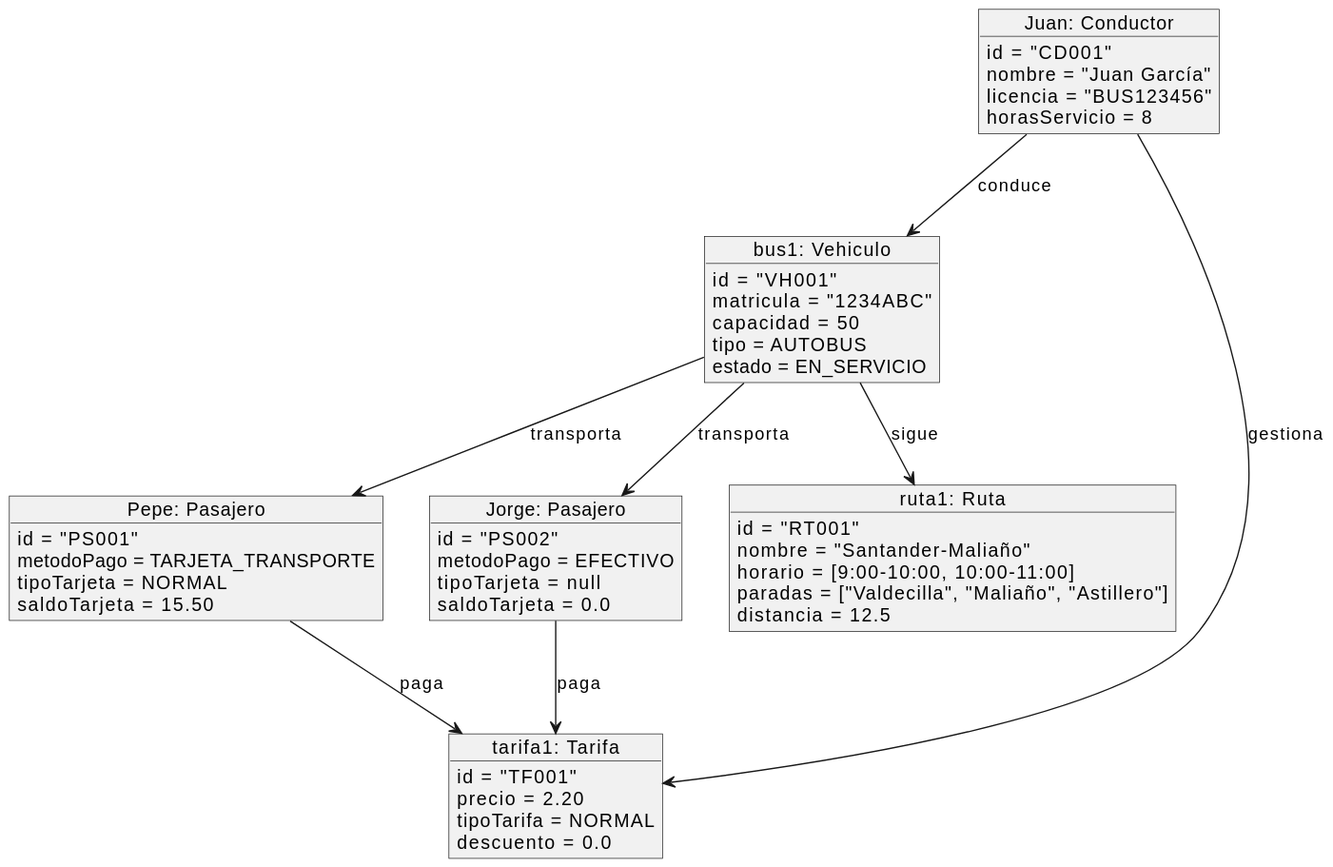
Earlier version of the PlantUML export images/diagramaObjetosMejorado.svg (Ingenieria-Informatica-UNEATLANTICO/app-actividad-post-parcial-ceesargaarcia).
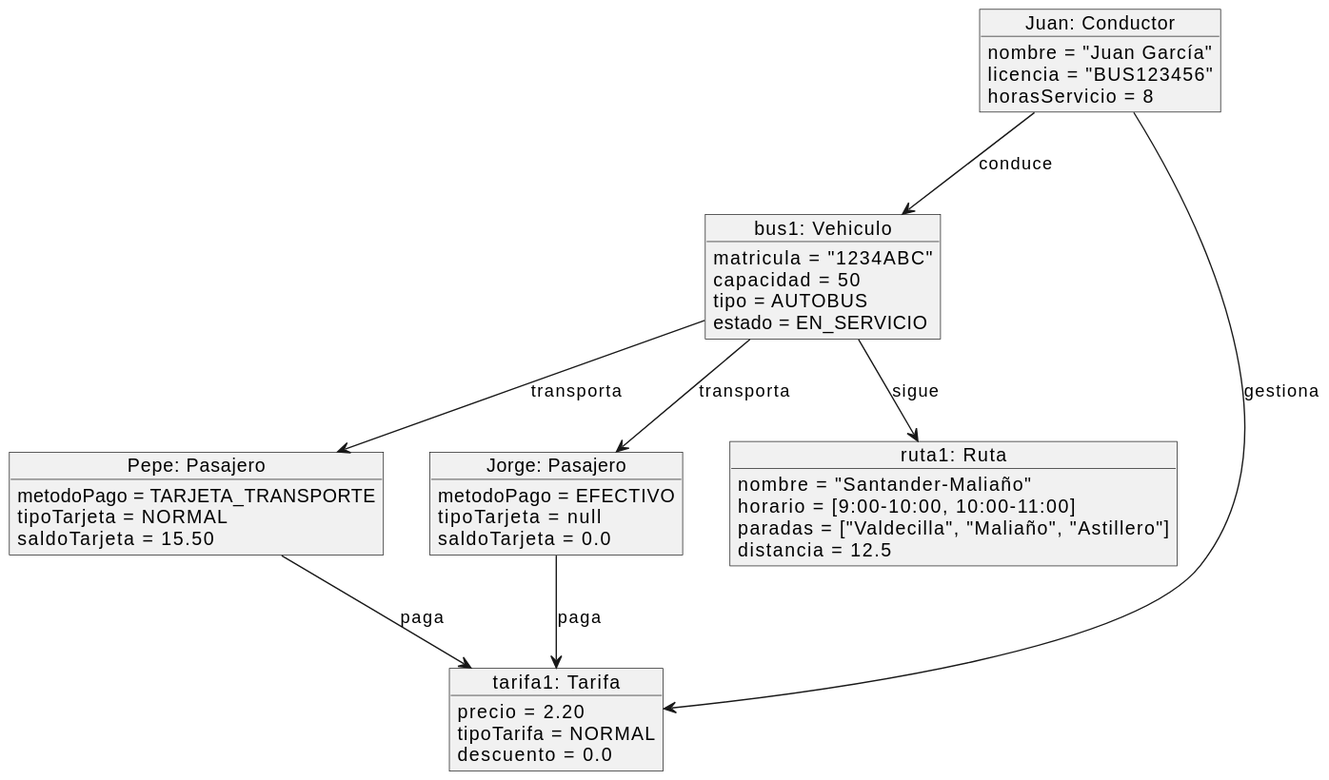
After the change.

Commit message:
imagenes actualizadas

What changed in the source:
```diff
@@ -1,6 +1,5 @@
 @startuml
 object "bus1: Vehiculo" as bus1 {
-    id = "VH001"
     matricula = "1234ABC"
     capacidad = 50
     tipo = AUTOBUS
@@ -8,28 +7,24 @@
 }
 
 object "Juan: Conductor" as conductor1 {
-    id = "CD001"
     nombre = "Juan García"
     licencia = "BUS123456"
     horasServicio = 8
 }
 
 object "Pepe: Pasajero" as pasajero1 {
-    id = "PS001"
     metodoPago = TARJETA_TRANSPORTE
     tipoTarjeta = NORMAL
     saldoTarjeta = 15.50
 }
 
 object "Jorge: Pasajero" as pasajero2 {
-    id = "PS002"
     metodoPago = EFECTIVO
     tipoTarjeta = null
     saldoTarjeta = 0.0
 }
 
 object "ruta1: Ruta" as ruta1 {
-    id = "RT001"
     nombre = "Santander-Maliaño"
     horario = [9:00-10:00, 10:00-11:00]
     paradas = ["Valdecilla", "Maliaño", "Astillero"]
@@ -37,7 +32,6 @@
 }
 
 object "tarifa1: Tarifa" as tarifa1 {
-    id = "TF001"
     precio = 2.20
     tipoTarifa = NORMAL
     descuento = 0.0
```
